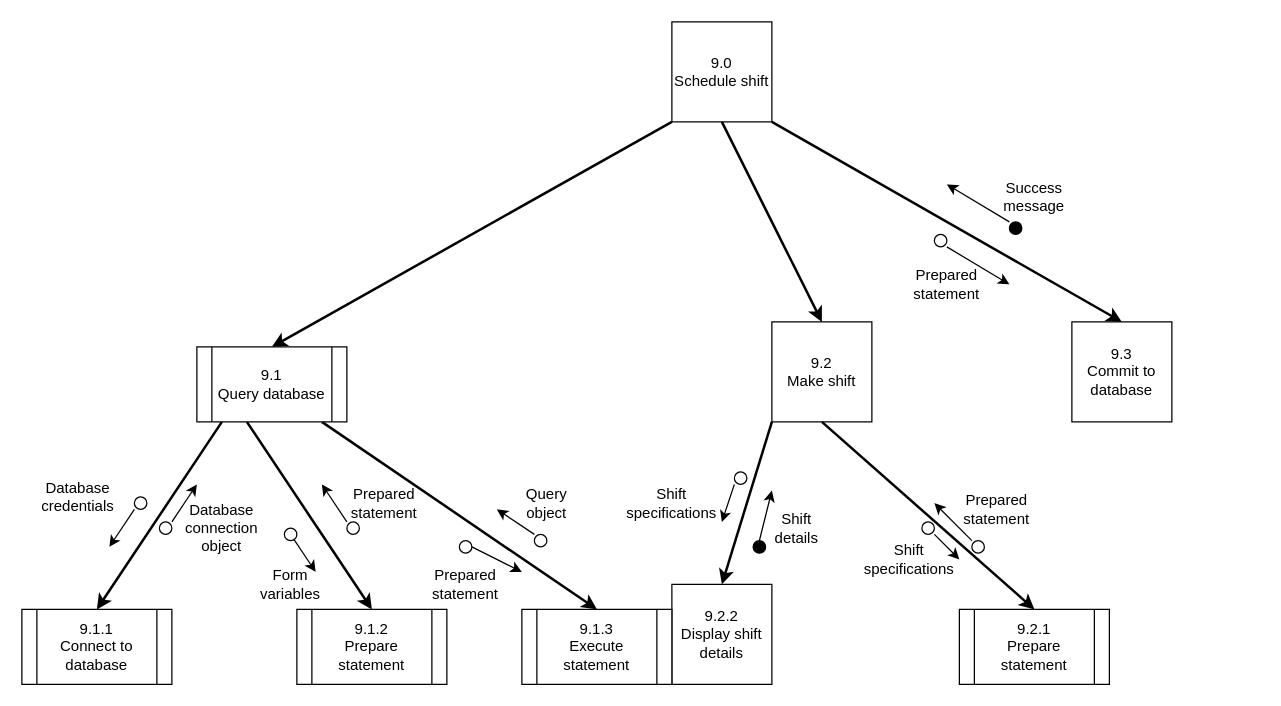
Harlento/SchedulingSystem keeps this draw.io diagram as Diagrams/StructureCharts/Proc9Struct.drawio. Above is the earlier version. Source tidied: cells renumbered, new cells numbered last; positions are measured from the earlier drawing's top-left corner, leaving out a move shared by most shapes. Both pictures are drawn from the tidied source at 125%, with x=0, y=0 at pixel (21, 21).
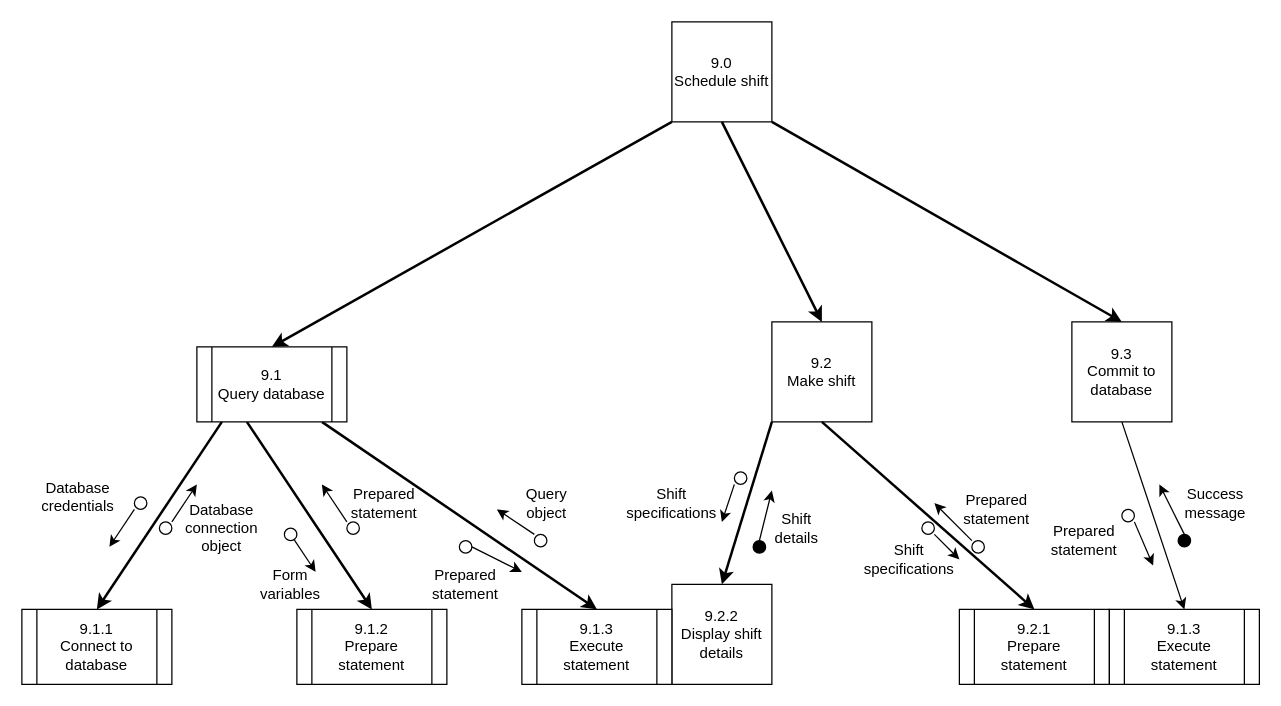
Above is the later version.

The change refers to these unchanged cells:
```xml
<mxCell id="41" value="9.3&lt;br&gt;Commit to database" style="whiteSpace=wrap;html=1;" parent="1" vertex="1">
  <mxGeometry x="840" y="240" width="80" height="80" as="geometry" />
</mxCell>
```

Diff of the diagram source:
```diff
@@
     <mxCell id="14" style="ellipse;whiteSpace=wrap;html=1;fillColor=#000000;" parent="1" vertex="1">
-      <mxGeometry x="790" y="160" width="10" height="10" as="geometry" />
+      <mxGeometry x="925" y="410" width="10" height="10" as="geometry" />
     </mxCell>
     <mxCell id="15" style="ellipse;whiteSpace=wrap;html=1;" parent="1" vertex="1">
-      <mxGeometry x="730" y="170" width="10" height="10" as="geometry" />
+      <mxGeometry x="880" y="390" width="10" height="10" as="geometry" />
     </mxCell>
@@
     <mxCell id="50" style="endArrow=classic;html=1;strokeWidth=1;" parent="1" edge="1">
       <mxGeometry relative="1" as="geometry">
-        <mxPoint x="740" y="180" as="sourcePoint" />
-        <mxPoint x="790" y="210" as="targetPoint" />
+        <mxPoint x="890" y="400" as="sourcePoint" />
+        <mxPoint x="905" y="435" as="targetPoint" />
       </mxGeometry>
     </mxCell>
     <mxCell id="51" style="endArrow=classic;html=1;strokeWidth=1;" parent="1" edge="1">
       <mxGeometry relative="1" as="geometry">
-        <mxPoint x="790" y="160" as="sourcePoint" />
-        <mxPoint x="740" y="130" as="targetPoint" />
+        <mxPoint x="930" y="410" as="sourcePoint" />
+        <mxPoint x="910" y="370" as="targetPoint" />
       </mxGeometry>
     </mxCell>
     <mxCell id="52" value="Prepared statement" style="text;html=1;strokeColor=none;fillColor=none;align=center;verticalAlign=middle;whiteSpace=wrap;rounded=0;" parent="1" vertex="1">
-      <mxGeometry x="720" y="200" width="40" height="20" as="geometry" />
+      <mxGeometry x="830" y="405" width="40" height="20" as="geometry" />
     </mxCell>
     <mxCell id="53" value="Success message" style="text;html=1;strokeColor=none;fillColor=none;align=center;verticalAlign=middle;whiteSpace=wrap;rounded=0;" parent="1" vertex="1">
-      <mxGeometry x="790" y="130" width="40" height="20" as="geometry" />
+      <mxGeometry x="935" y="375" width="40" height="20" as="geometry" />
     </mxCell>
@@
+    <mxCell id="56" value="&lt;span style=&quot;white-space: normal&quot;&gt;9.1.3&lt;/span&gt;&lt;br style=&quot;white-space: normal&quot;&gt;&lt;span style=&quot;white-space: normal&quot;&gt;Execute statement&lt;/span&gt;" style="shape=process;whiteSpace=wrap;html=1;backgroundOutline=1;fillColor=#FFFFFF;" parent="1" vertex="1">
+      <mxGeometry x="870" y="470" width="120" height="60" as="geometry" />
+    </mxCell>
+    <mxCell id="57" style="endArrow=classic;html=1;exitX=0.5;exitY=1;exitDx=0;exitDy=0;entryX=0.5;entryY=0;entryDx=0;entryDy=0;" parent="1" edge="1" source="41" target="56">
+      <mxGeometry relative="1" as="geometry" />
+    </mxCell>
```
